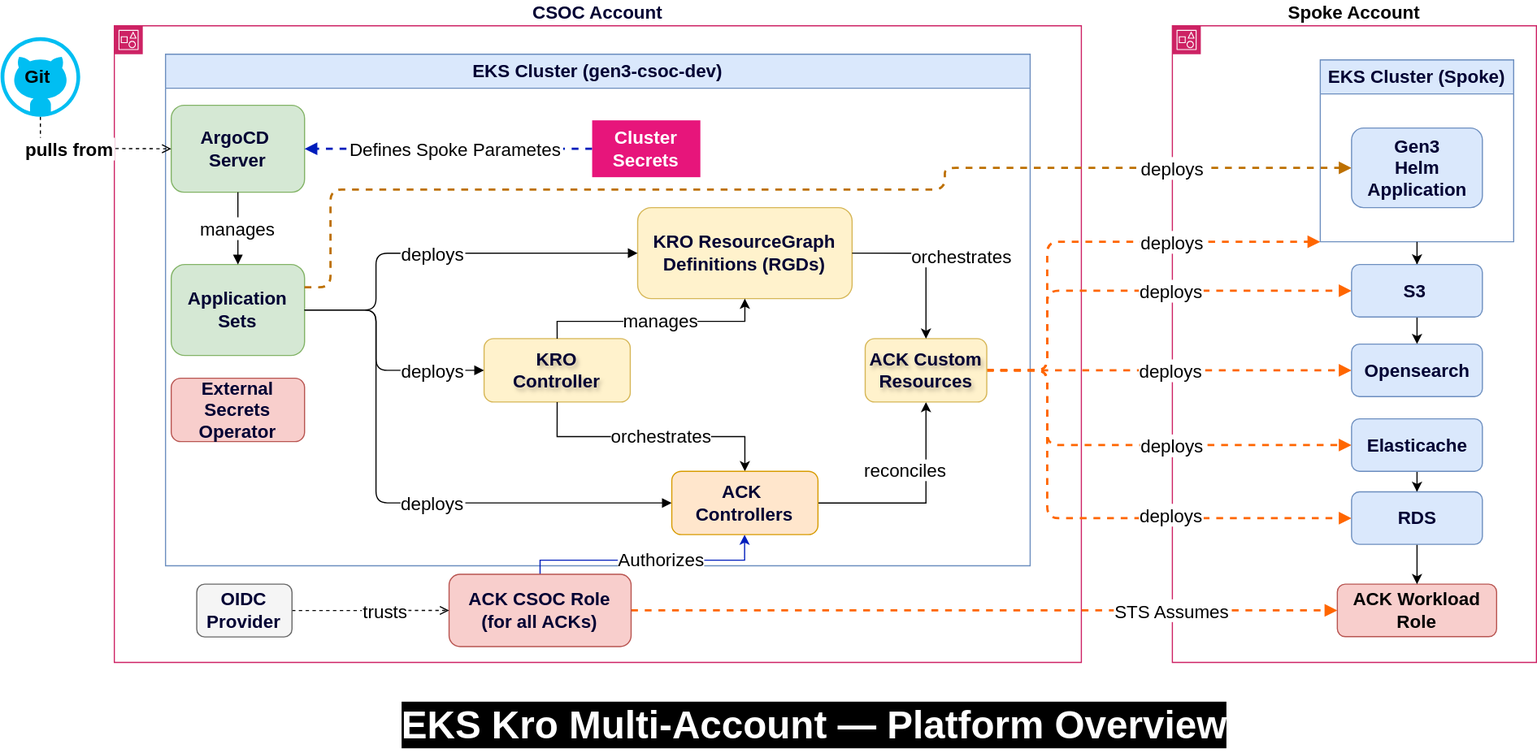
This is docs/diagrams/platform-overview.svg from indiana-university/gen3-kro, a draw.io export, as it was before one commit. Source tidied: cells renumbered, new cells last; positions are measured from the earlier drawing's top-left corner, leaving out a move shared by most shapes. Source of this version:
```xml
<mxGraphModel background="#FFFFFF">
  <root>
    <mxCell id="0" />
    <mxCell id="1" parent="0" />
    <mxCell id="2" value="CSOC Account" style="shape=mxgraph.aws4.group;grIcon=mxgraph.aws4.group_account;strokeColor=#CD2264;fillColor=light-dark(#FFFFFF,#FFFFFF);verticalLabelPosition=top;align=center;verticalAlign=bottom;spacingTop=25;fontSize=16;fontStyle=1;labelBackgroundColor=none;fontColor=#000033;whiteSpace=wrap;" parent="1" vertex="1">
      <mxGeometry x="100" width="850" height="560" as="geometry" />
    </mxCell>
    <mxCell id="3" value="Spoke Account" style="shape=mxgraph.aws4.group;grIcon=mxgraph.aws4.group_account;strokeColor=#CD2264;fillColor=#FFFFFF;verticalLabelPosition=top;align=center;verticalAlign=bottom;spacingTop=25;fontSize=16;fontStyle=1;labelBackgroundColor=none;fontColor=#000000;whiteSpace=wrap;" parent="1" vertex="1">
      <mxGeometry x="1030" width="320" height="560" as="geometry" />
    </mxCell>
    <mxCell id="4" value="STS Assumes" style="edgeStyle=orthogonalEdgeStyle;endArrow=block;endFill=1;dashed=1;fontSize=16;strokeColor=#FF6600;fontStyle=0;exitX=1;exitY=0.5;exitDx=0;exitDy=0;strokeWidth=2;entryX=0;entryY=0.5;entryDx=0;entryDy=0;" parent="1" edge="1" source="10" target="21">
      <mxGeometry x="0.53" relative="1" as="geometry">
        <Array as="points">
          <mxPoint x="850" y="515" />
          <mxPoint x="850" y="515" />
        </Array>
      </mxGeometry>
    </mxCell>
    <mxCell id="5" value="EKS Kro Multi-Account — Platform Overview" style="text;html=1;align=center;verticalAlign=middle;strokeColor=none;fillColor=none;fontSize=34;fontStyle=1;fontColor=light-dark(#FFFFFF,#FFFFFF);labelBackgroundColor=#000000;" parent="1" vertex="1">
      <mxGeometry x="365" y="590" width="700" height="50" as="geometry" />
    </mxCell>
    <mxCell id="6" value="EKS Cluster (gen3-csoc-dev)" style="swimlane;startSize=30;fontSize=16;fontStyle=1;fillColor=#dae8fc;strokeColor=#6c8ebf;fontColor=#000033;whiteSpace=wrap;" parent="1" vertex="1">
      <mxGeometry x="145" y="25" width="760" height="450" as="geometry" />
    </mxCell>
    <mxCell id="7" value="KRO &#10;Controller" style="rounded=1;whiteSpace=wrap;fillColor=#fff2cc;strokeColor=#d6b656;fontSize=16;fontStyle=1;textShadow=1;fontColor=#000033;" parent="6" vertex="1">
      <mxGeometry x="280" y="250.2" width="128.5" height="55.7" as="geometry" />
    </mxCell>
    <mxCell id="8" style="edgeStyle=orthogonalEdgeStyle;rounded=0;jettySize=auto;html=1;strokeColor=#001DBC;fontSize=16;labelBackgroundColor=#000099;fillColor=#0050ef;" parent="1" edge="1" source="10" target="44">
      <mxGeometry relative="1" as="geometry">
        <Array as="points">
          <mxPoint x="474" y="470" />
          <mxPoint x="654" y="470" />
        </Array>
      </mxGeometry>
    </mxCell>
    <mxCell id="9" value="Authorizes" style="edgeLabel;html=1;align=center;verticalAlign=middle;fontSize=16;whiteSpace=wrap;labelBackgroundColor=default;fontColor=default;" parent="8" vertex="1">
      <mxGeometry x="-0.01" y="-2" relative="1" as="geometry">
        <mxPoint x="12" y="-2" as="offset" />
      </mxGeometry>
    </mxCell>
    <mxCell id="10" value="ACK CSOC Role&#10;(for all ACKs)" style="rounded=1;whiteSpace=wrap;fillColor=#f8cecc;strokeColor=#b85450;fontSize=16;fontColor=#000033;fontStyle=1;" parent="1" vertex="1">
      <mxGeometry x="394.2" y="482.5" width="160" height="63.6" as="geometry" />
    </mxCell>
    <mxCell id="11" value="trusts" style="endArrow=open;endFill=0;dashed=1;fontSize=16;fontStyle=0;strokeColor=#000000;" parent="1" edge="1" source="12" target="10">
      <mxGeometry x="0.19" relative="1" as="geometry" />
    </mxCell>
    <mxCell id="12" value="OIDC Provider" style="rounded=1;whiteSpace=wrap;fillColor=#f5f5f5;strokeColor=#666666;fontSize=16;fontColor=#000033;fontStyle=1;" parent="1" vertex="1">
      <mxGeometry x="172.4" y="491.2" width="83.7" height="46.4" as="geometry" />
    </mxCell>
    <mxCell id="13" value="ArgoCD &#10;Server" style="rounded=1;whiteSpace=wrap;fillColor=#d5e8d4;strokeColor=#82b366;fontSize=16;fontStyle=1;fontColor=#000033;" parent="1" vertex="1">
      <mxGeometry x="150" y="70" width="117.2" height="76.4" as="geometry" />
    </mxCell>
    <mxCell id="14" value="KRO ResourceGraph&#10;Definitions (RGDs)" style="rounded=1;whiteSpace=wrap;fillColor=#fff2cc;strokeColor=#d6b656;fontSize=16;fontColor=#000033;fontStyle=1;" parent="1" vertex="1">
      <mxGeometry x="560" y="160" width="188.5" height="80" as="geometry" />
    </mxCell>
    <mxCell id="15" value="External Secrets&#10;Operator" style="rounded=1;whiteSpace=wrap;fillColor=#f8cecc;strokeColor=#b85450;fontSize=16;fontColor=#000033;fontStyle=1;" parent="1" vertex="1">
      <mxGeometry x="150" y="310" width="117.2" height="55.7" as="geometry" />
    </mxCell>
    <mxCell id="16" value="&#10;Application&#10;Sets&#10;" style="rounded=1;whiteSpace=wrap;fillColor=#d5e8d4;strokeColor=#82b366;fontSize=16;fontColor=#000033;fontStyle=1;" parent="1" vertex="1">
      <mxGeometry x="150" y="210" width="117.2" height="80" as="geometry" />
    </mxCell>
    <mxCell id="17" value="manages" style="edgeStyle=orthogonalEdgeStyle;endArrow=block;endFill=1;fontSize=16;fontStyle=0;strokeColor=#000000;" parent="1" edge="1" source="13" target="16">
      <mxGeometry relative="1" as="geometry" />
    </mxCell>
    <mxCell id="18" value="deploys" style="edgeStyle=orthogonalEdgeStyle;endArrow=block;endFill=1;fontSize=16;fontStyle=0;strokeColor=#000000;exitX=1;exitY=0.5;exitDx=0;exitDy=0;entryX=0;entryY=0.5;entryDx=0;entryDy=0;" parent="1" edge="1" source="16" target="14">
      <mxGeometry x="-0.05" relative="1" as="geometry">
        <Array as="points">
          <mxPoint x="330" y="250" />
          <mxPoint x="330" y="200" />
        </Array>
      </mxGeometry>
    </mxCell>
    <mxCell id="19" value="deploys" style="edgeStyle=orthogonalEdgeStyle;endArrow=block;endFill=1;fontSize=16;fontStyle=0;strokeColor=#000000;exitX=1;exitY=0.5;exitDx=0;exitDy=0;entryX=0;entryY=0.5;entryDx=0;entryDy=0;" parent="1" edge="1" source="16" target="7">
      <mxGeometry x="0.57" relative="1" as="geometry">
        <Array as="points">
          <mxPoint x="330" y="250" />
          <mxPoint x="330" y="303" />
        </Array>
      </mxGeometry>
    </mxCell>
    <mxCell id="20" value="deploys" style="edgeStyle=orthogonalEdgeStyle;endArrow=block;endFill=1;fontSize=16;fontStyle=0;strokeColor=#000000;exitX=1;exitY=0.5;exitDx=0;exitDy=0;entryX=0;entryY=0.5;entryDx=0;entryDy=0;" parent="1" edge="1" source="16" target="44">
      <mxGeometry x="0.15" relative="1" as="geometry">
        <Array as="points">
          <mxPoint x="330" y="250" />
          <mxPoint x="330" y="420" />
        </Array>
      </mxGeometry>
    </mxCell>
    <mxCell id="21" value="ACK Workload Role" style="rounded=1;whiteSpace=wrap;fillColor=#f8cecc;strokeColor=#b85450;fontSize=16;fontStyle=1;fontColor=#000000;" parent="1" vertex="1">
      <mxGeometry x="1175" y="491.2" width="140" height="46.2" as="geometry" />
    </mxCell>
    <mxCell id="22" value="deploys" style="edgeStyle=orthogonalEdgeStyle;endArrow=block;endFill=1;dashed=1;fontSize=16;strokeColor=#BD7000;fontStyle=0;strokeWidth=2;entryX=0;entryY=0.5;entryDx=0;entryDy=0;exitX=1;exitY=0.25;exitDx=0;exitDy=0;fillColor=#f0a30a;" parent="1" edge="1" source="16" target="26">
      <mxGeometry x="0.69" relative="1" as="geometry">
        <Array as="points">
          <mxPoint x="290" y="230" />
          <mxPoint x="290" y="144" />
          <mxPoint x="830" y="144" />
          <mxPoint x="830" y="125" />
        </Array>
      </mxGeometry>
    </mxCell>
    <mxCell id="23" style="edgeStyle=orthogonalEdgeStyle;rounded=0;jettySize=auto;html=1;" parent="1" edge="1" source="38" target="21">
      <mxGeometry relative="1" as="geometry" />
    </mxCell>
    <mxCell id="24" value="EKS Cluster (Spoke)" style="swimlane;startSize=30;fontSize=16;fontStyle=1;fillColor=#dae8fc;strokeColor=#6c8ebf;fontColor=#000033;whiteSpace=wrap;" parent="1" vertex="1">
      <mxGeometry x="1160" y="30" width="170" height="160" as="geometry" />
    </mxCell>
    <mxCell id="25" style="edgeStyle=orthogonalEdgeStyle;rounded=0;jettySize=auto;html=1;" parent="1" edge="1" source="37" target="38">
      <mxGeometry relative="1" as="geometry" />
    </mxCell>
    <mxCell id="26" value="Gen3&#10;Helm Application" style="rounded=1;whiteSpace=wrap;fillColor=#dae8fc;strokeColor=#6c8ebf;fontSize=16;fontColor=#000033;fontStyle=1;" parent="1" vertex="1">
      <mxGeometry x="1187.5" y="90" width="115" height="70" as="geometry" />
    </mxCell>
    <mxCell id="27" style="edgeStyle=orthogonalEdgeStyle;rounded=0;jettySize=auto;html=1;" parent="1" edge="1" source="35" target="36">
      <mxGeometry relative="1" as="geometry" />
    </mxCell>
    <mxCell id="28" value="deploys" style="edgeStyle=orthogonalEdgeStyle;endArrow=block;endFill=1;dashed=1;fontSize=16;strokeColor=#FF6600;fontStyle=0;strokeWidth=2;entryX=0;entryY=0.5;entryDx=0;entryDy=0;exitX=1;exitY=0.5;exitDx=0;exitDy=0;" parent="1" edge="1" source="45" target="37">
      <mxGeometry x="0.18" relative="1" as="geometry">
        <Array as="points">
          <mxPoint x="920" y="303" />
          <mxPoint x="920" y="369" />
        </Array>
      </mxGeometry>
    </mxCell>
    <mxCell id="29" value="deploys" style="edgeStyle=orthogonalEdgeStyle;endArrow=block;endFill=1;dashed=1;fontSize=16;strokeColor=#FF6600;fontStyle=0;strokeWidth=2;entryX=0;entryY=0.5;entryDx=0;entryDy=0;exitX=1;exitY=0.5;exitDx=0;exitDy=0;" parent="1" edge="1" source="45" target="36">
      <mxGeometry x="0.02" relative="1" as="geometry">
        <mxPoint x="-1" as="offset" />
      </mxGeometry>
    </mxCell>
    <mxCell id="30" value="deploys" style="edgeStyle=orthogonalEdgeStyle;endArrow=block;endFill=1;dashed=1;fontSize=16;strokeColor=#FF6600;fontStyle=0;strokeWidth=2;entryX=0;entryY=0.5;entryDx=0;entryDy=0;exitX=1;exitY=0.5;exitDx=0;exitDy=0;" parent="1" edge="1" source="45" target="38">
      <mxGeometry x="0.3" y="3" relative="1" as="geometry">
        <Array as="points">
          <mxPoint x="920" y="303" />
          <mxPoint x="920" y="433" />
        </Array>
        <mxPoint x="-1" as="offset" />
      </mxGeometry>
    </mxCell>
    <mxCell id="31" value="deploys" style="edgeStyle=orthogonalEdgeStyle;endArrow=block;endFill=1;dashed=1;fontSize=16;strokeColor=#FF6600;fontStyle=0;strokeWidth=2;entryX=0;entryY=0.5;entryDx=0;entryDy=0;exitX=1;exitY=0.5;exitDx=0;exitDy=0;" parent="1" edge="1" source="45" target="35">
      <mxGeometry x="0.19" relative="1" as="geometry">
        <Array as="points">
          <mxPoint x="920" y="303" />
          <mxPoint x="920" y="233" />
        </Array>
        <mxPoint x="-1" as="offset" />
      </mxGeometry>
    </mxCell>
    <mxCell id="32" value="deploys" style="edgeStyle=orthogonalEdgeStyle;endArrow=block;endFill=1;dashed=1;fontSize=16;strokeColor=#FF6600;fontStyle=0;strokeWidth=2;entryX=0;entryY=1;entryDx=0;entryDy=0;exitX=1;exitY=0.5;exitDx=0;exitDy=0;" parent="1" edge="1" source="45" target="24">
      <mxGeometry x="0.36" relative="1" as="geometry">
        <Array as="points">
          <mxPoint x="920" y="303" />
          <mxPoint x="920" y="190" />
        </Array>
      </mxGeometry>
    </mxCell>
    <mxCell id="33" value="Defines Spoke Parametes" style="edgeStyle=orthogonalEdgeStyle;endArrow=block;endFill=1;dashed=1;fontSize=16;strokeColor=#001DBC;fontStyle=0;strokeWidth=2;entryX=1;entryY=0.5;entryDx=0;entryDy=0;exitX=0;exitY=0.5;exitDx=0;exitDy=0;fillColor=#0050ef;labelBackgroundColor=default;fontColor=default;" parent="1" edge="1" source="39" target="13">
      <mxGeometry x="-0.05" relative="1" as="geometry">
        <Array as="points">
          <mxPoint x="428" y="108" />
        </Array>
      </mxGeometry>
    </mxCell>
    <mxCell id="34" style="edgeStyle=orthogonalEdgeStyle;rounded=0;jettySize=auto;html=1;" parent="1" edge="1" source="24" target="35">
      <mxGeometry relative="1" as="geometry" />
    </mxCell>
    <mxCell id="35" value="S3 " style="rounded=1;whiteSpace=wrap;fillColor=#dae8fc;strokeColor=#6c8ebf;fontSize=16;fontColor=#000033;fontStyle=1;" parent="1" vertex="1">
      <mxGeometry x="1187.5" y="210" width="115" height="46.2" as="geometry" />
    </mxCell>
    <mxCell id="36" value="Opensearch" style="rounded=1;whiteSpace=wrap;fillColor=#dae8fc;strokeColor=#6c8ebf;fontSize=16;fontColor=#000033;fontStyle=1;" parent="1" vertex="1">
      <mxGeometry x="1187.5" y="280" width="115" height="46.2" as="geometry" />
    </mxCell>
    <mxCell id="37" value="Elasticache" style="rounded=1;whiteSpace=wrap;fillColor=#dae8fc;strokeColor=#6c8ebf;fontSize=16;fontColor=#000033;fontStyle=1;" parent="1" vertex="1">
      <mxGeometry x="1187.5" y="345.7" width="115" height="46.2" as="geometry" />
    </mxCell>
    <mxCell id="38" value="RDS" style="rounded=1;whiteSpace=wrap;fillColor=#dae8fc;strokeColor=#6c8ebf;fontSize=16;fontColor=#000033;fontStyle=1;" parent="1" vertex="1">
      <mxGeometry x="1187.5" y="410" width="115" height="46.2" as="geometry" />
    </mxCell>
    <mxCell id="39" value="Cluster Secrets" style="shape=mxgraph.aws4.secretsmanager;fillColor=#E7157B;strokeColor=none;fontColor=#ffffff;fontSize=16;fontStyle=1;whiteSpace=wrap;" parent="1" vertex="1">
      <mxGeometry x="520" y="83.2" width="95.1" height="50" as="geometry" />
    </mxCell>
    <mxCell id="40" style="edgeStyle=orthogonalEdgeStyle;rounded=0;jettySize=auto;html=1;strokeColor=#000000;fontSize=16;entryX=0.5;entryY=0;entryDx=0;entryDy=0;exitX=0.5;exitY=1;exitDx=0;exitDy=0;" parent="1" edge="1" source="7" target="44">
      <mxGeometry relative="1" as="geometry" />
    </mxCell>
    <mxCell id="41" value="orchestrates" style="edgeLabel;html=1;align=center;verticalAlign=middle;fontSize=16;whiteSpace=wrap;fontStyle=0;" parent="40" vertex="1">
      <mxGeometry x="-0.01" y="-2" relative="1" as="geometry">
        <mxPoint x="9" y="-3" as="offset" />
      </mxGeometry>
    </mxCell>
    <mxCell id="42" style="edgeStyle=orthogonalEdgeStyle;rounded=0;jettySize=auto;html=1;entryX=0.5;entryY=1;entryDx=0;entryDy=0;strokeColor=#000000;" parent="1" edge="1" source="44" target="45">
      <mxGeometry relative="1" as="geometry" />
    </mxCell>
    <mxCell id="43" value="&lt;span&gt;&lt;font style=&quot;font-size: 16px;&quot;&gt;reconciles&lt;/font&gt;&lt;/span&gt;" style="edgeLabel;html=1;align=center;verticalAlign=middle;fontStyle=0;" parent="42" vertex="1">
      <mxGeometry x="0.33" y="-2" relative="1" as="geometry">
        <mxPoint x="-21" y="-2" as="offset" />
      </mxGeometry>
    </mxCell>
    <mxCell id="44" value="ACK &#10;Controllers" style="rounded=1;whiteSpace=wrap;fillColor=#ffe6cc;strokeColor=#d79b00;fontSize=16;fontStyle=1;fontColor=#000033;" parent="1" vertex="1">
      <mxGeometry x="590" y="391.9" width="128.5" height="55.7" as="geometry" />
    </mxCell>
    <mxCell id="45" value="ACK Custom Resources" style="rounded=1;whiteSpace=wrap;fillColor=#fff2cc;strokeColor=#d6b656;fontSize=16;fontStyle=1;textShadow=1;fontColor=#000033;" parent="1" vertex="1">
      <mxGeometry x="760" y="275.2" width="106.9" height="55.7" as="geometry" />
    </mxCell>
    <mxCell id="46" style="edgeStyle=orthogonalEdgeStyle;rounded=0;jettySize=auto;html=1;strokeColor=#000000;fontSize=16;entryX=0.5;entryY=0;entryDx=0;entryDy=0;exitX=1;exitY=0.5;exitDx=0;exitDy=0;" parent="1" edge="1" source="14" target="45">
      <mxGeometry relative="1" as="geometry" />
    </mxCell>
    <mxCell id="47" value="orchestrates" style="edgeLabel;html=1;align=center;verticalAlign=middle;fontSize=16;whiteSpace=wrap;fontStyle=0;" parent="46" vertex="1">
      <mxGeometry x="-0.01" y="-2" relative="1" as="geometry">
        <mxPoint x="33" y="-2" as="offset" />
      </mxGeometry>
    </mxCell>
    <mxCell id="48" style="edgeStyle=orthogonalEdgeStyle;rounded=0;jettySize=auto;html=1;entryX=0.5;entryY=1;entryDx=0;entryDy=0;strokeColor=#000000;exitX=0.5;exitY=0;exitDx=0;exitDy=0;" parent="1" edge="1" source="7" target="14">
      <mxGeometry relative="1" as="geometry">
        <Array as="points">
          <mxPoint x="489" y="260" />
          <mxPoint x="654" y="260" />
        </Array>
      </mxGeometry>
    </mxCell>
    <mxCell id="49" value="&lt;span&gt;&lt;font style=&quot;font-size: 16px;&quot;&gt;manages&lt;/font&gt;&lt;/span&gt;" style="edgeLabel;html=1;align=center;verticalAlign=middle;fontStyle=0;" parent="48" vertex="1">
      <mxGeometry x="0.33" y="-2" relative="1" as="geometry">
        <mxPoint x="-28" y="-2" as="offset" />
      </mxGeometry>
    </mxCell>
    <mxCell id="50" value="pulls from" style="edgeStyle=orthogonalEdgeStyle;endArrow=open;endFill=0;dashed=1;fontSize=16;fontStyle=1;strokeColor=#000000;exitX=0.5;exitY=1;exitDx=0;exitDy=0;exitPerimeter=0;entryX=0;entryY=0.5;entryDx=0;entryDy=0;" parent="1" edge="1" source="51" target="13">
      <mxGeometry x="-0.24" relative="1" as="geometry">
        <Array as="points">
          <mxPoint x="35" y="108" />
          <mxPoint x="110" y="108" />
        </Array>
        <mxPoint x="-1" as="offset" />
      </mxGeometry>
    </mxCell>
    <mxCell id="51" style="verticalLabelPosition=bottom;html=1;verticalAlign=top;align=center;strokeColor=none;fillColor=#00BEF2;shape=mxgraph.azure.github_code;" parent="1" vertex="1">
      <mxGeometry y="10" width="70" height="70" as="geometry" />
    </mxCell>
    <mxCell id="52" value="&lt;span style=&quot;font-size: 16px; font-weight: 700;&quot;&gt;Git&amp;nbsp;&lt;/span&gt;" style="text;html=1;whiteSpace=wrap;strokeColor=none;fillColor=none;align=center;verticalAlign=middle;rounded=0;" parent="1" vertex="1">
      <mxGeometry x="10" y="30" width="50" height="30" as="geometry" />
    </mxCell>
  </root>
</mxGraphModel>
```
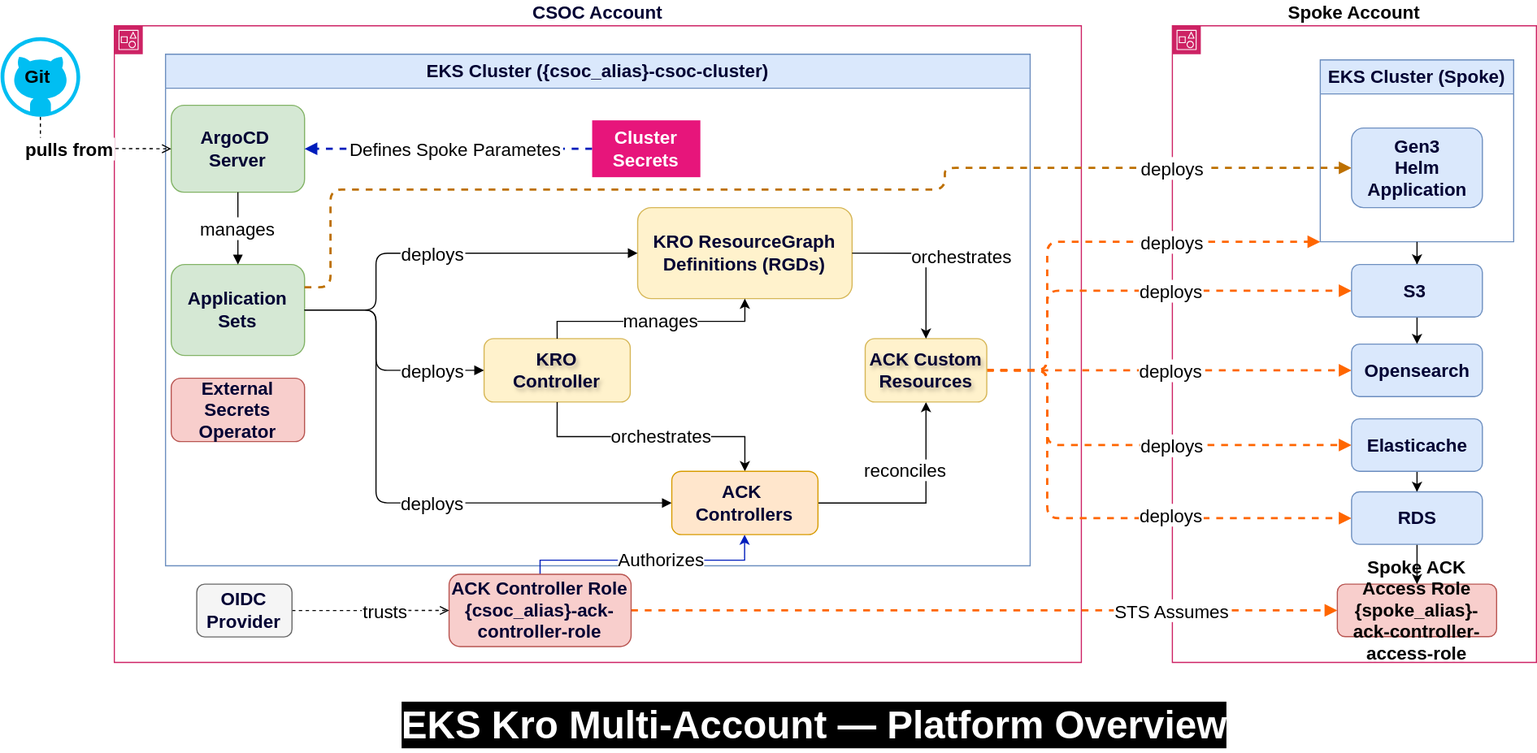
Above is the later version.

Diff of the diagram source:
```diff
@@ -19,7 +19,7 @@
     <mxCell id="5" value="EKS Kro Multi-Account — Platform Overview" style="text;html=1;align=center;verticalAlign=middle;strokeColor=none;fillColor=none;fontSize=34;fontStyle=1;fontColor=light-dark(#FFFFFF,#FFFFFF);labelBackgroundColor=#000000;" parent="1" vertex="1">
       <mxGeometry x="365" y="590" width="700" height="50" as="geometry" />
     </mxCell>
-    <mxCell id="6" value="EKS Cluster (gen3-csoc-dev)" style="swimlane;startSize=30;fontSize=16;fontStyle=1;fillColor=#dae8fc;strokeColor=#6c8ebf;fontColor=#000033;whiteSpace=wrap;" parent="1" vertex="1">
+    <mxCell id="6" value="EKS Cluster ({csoc_alias}-csoc-cluster)" style="swimlane;startSize=30;fontSize=16;fontStyle=1;fillColor=#dae8fc;strokeColor=#6c8ebf;fontColor=#000033;whiteSpace=wrap;" parent="1" vertex="1">
       <mxGeometry x="145" y="25" width="760" height="450" as="geometry" />
     </mxCell>
     <mxCell id="7" value="KRO &#10;Controller" style="rounded=1;whiteSpace=wrap;fillColor=#fff2cc;strokeColor=#d6b656;fontSize=16;fontStyle=1;textShadow=1;fontColor=#000033;" parent="6" vertex="1">
@@ -38,7 +38,7 @@
         <mxPoint x="12" y="-2" as="offset" />
       </mxGeometry>
     </mxCell>
-    <mxCell id="10" value="ACK CSOC Role&#10;(for all ACKs)" style="rounded=1;whiteSpace=wrap;fillColor=#f8cecc;strokeColor=#b85450;fontSize=16;fontColor=#000033;fontStyle=1;" parent="1" vertex="1">
+    <mxCell id="10" value="ACK Controller Role&#10;{csoc_alias}-ack-controller-role" style="rounded=1;whiteSpace=wrap;fillColor=#f8cecc;strokeColor=#b85450;fontSize=16;fontColor=#000033;fontStyle=1;" parent="1" vertex="1">
       <mxGeometry x="394.2" y="482.5" width="160" height="63.6" as="geometry" />
     </mxCell>
     <mxCell id="11" value="trusts" style="endArrow=open;endFill=0;dashed=1;fontSize=16;fontStyle=0;strokeColor=#000000;" parent="1" edge="1" source="12" target="10">
@@ -86,7 +86,7 @@
         </Array>
       </mxGeometry>
     </mxCell>
-    <mxCell id="21" value="ACK Workload Role" style="rounded=1;whiteSpace=wrap;fillColor=#f8cecc;strokeColor=#b85450;fontSize=16;fontStyle=1;fontColor=#000000;" parent="1" vertex="1">
+    <mxCell id="21" value="Spoke ACK Access Role {spoke_alias}-ack-controller-access-role" style="rounded=1;whiteSpace=wrap;fillColor=#f8cecc;strokeColor=#b85450;fontSize=16;fontStyle=1;fontColor=#000000;" parent="1" vertex="1">
       <mxGeometry x="1175" y="491.2" width="140" height="46.2" as="geometry" />
     </mxCell>
     <mxCell id="22" value="deploys" style="edgeStyle=orthogonalEdgeStyle;endArrow=block;endFill=1;dashed=1;fontSize=16;strokeColor=#BD7000;fontStyle=0;strokeWidth=2;entryX=0;entryY=0.5;entryDx=0;entryDy=0;exitX=1;exitY=0.25;exitDx=0;exitDy=0;fillColor=#f0a30a;" parent="1" edge="1" source="16" target="26">
```
